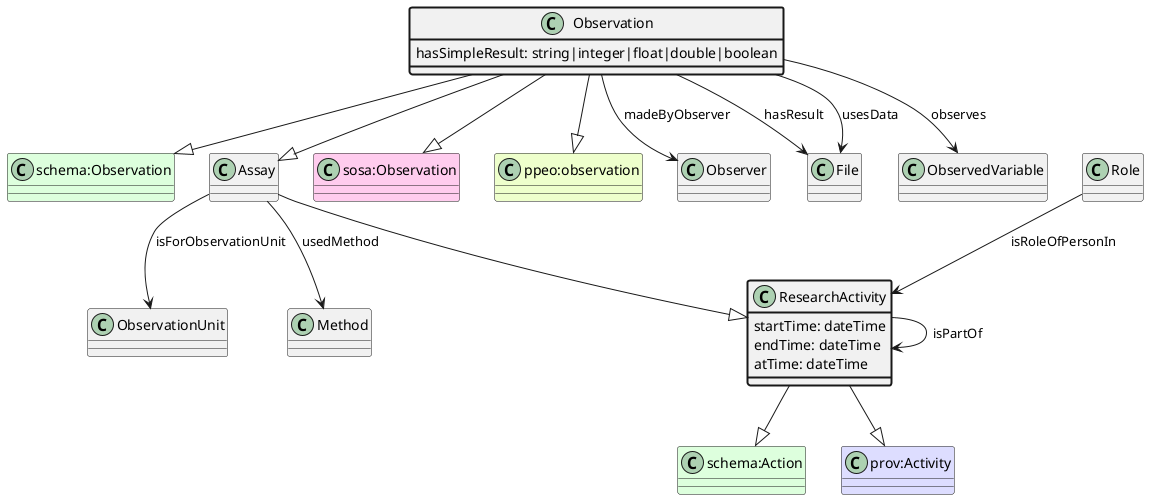
Earlier version of the PlantUML export ttl_uml/ttl_appn_Observation.png (aus-plant-phenomics-network/appn-schema).
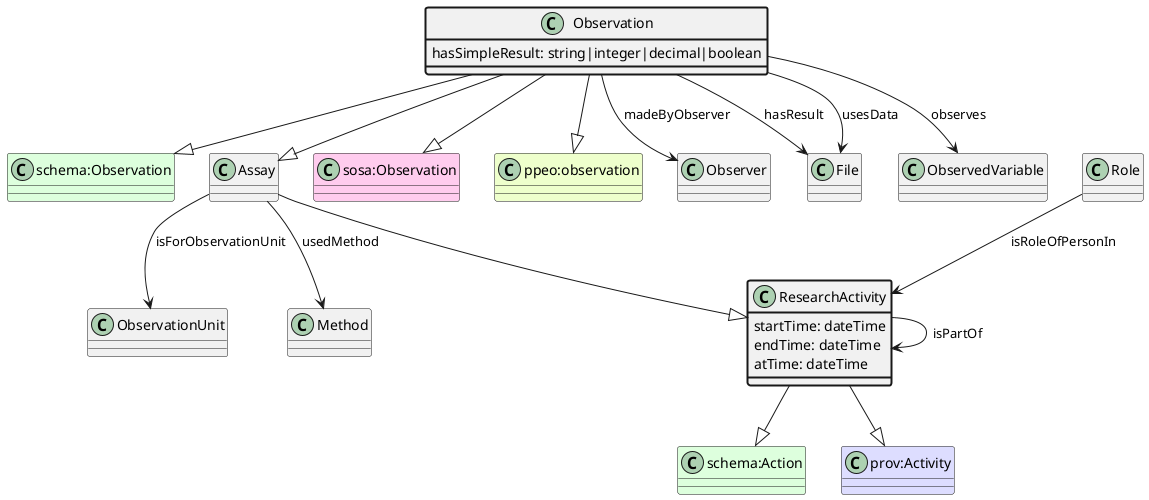
Above is the later version.

Change to the diagram source:
```diff
@@ -19,7 +19,7 @@
 class File
 Observation --> File : hasResult
 class Observation #line.bold {
-    hasSimpleResult: string|integer|float|double|boolean
+    hasSimpleResult: string|integer|decimal|boolean
 }
 class File
 Observation --> File : usesData
```
